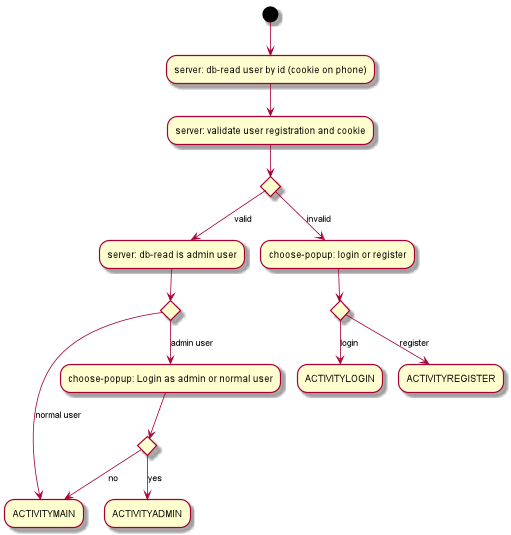
This is docs/architecture/activity_diagrams/ACTIVITYSTARTUP.png from 0K5/campusfinder, a PlantUML export, as it was before one commit. The source it was exported from:
```plantuml
@startuml
(*) --> "server: db-read user by id (cookie on phone)"
--> "server: validate user registration and cookie"
if "" then
    --> [valid] "server: db-read is admin user"
    if "" then
        --> [normal user] "ACTIVITYMAIN"
    else
        --> [admin user] "choose-popup: Login as admin or normal user"
        if "" then
            --> [yes] "ACTIVITYADMIN"
        else
            --> [no] "ACTIVITYMAIN"
        Endif
    Endif
else
    --> [invalid] "choose-popup: login or register"
    If "" then
        --> [login] "ACTIVITYLOGIN"
    else
        --> [register] "ACTIVITYREGISTER"
    Endif
Endif
@enduml
```
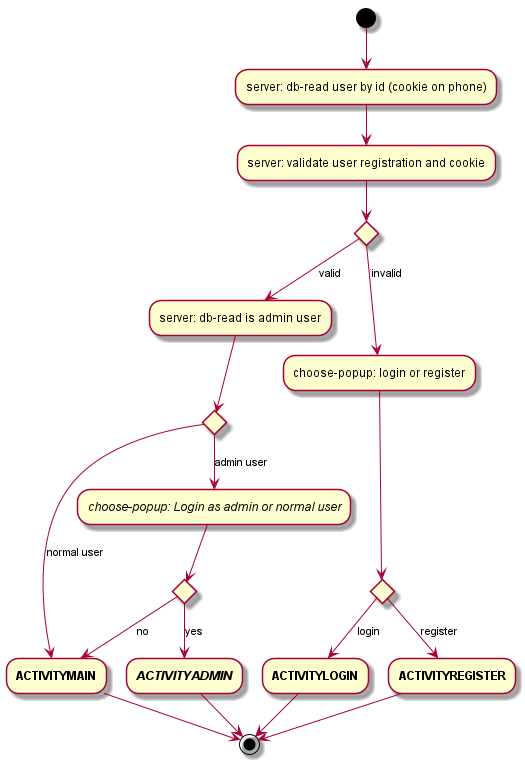
After the change.

Diff of the diagram source:
```diff
@@ -4,21 +4,25 @@
 if "" then
     --> [valid] "server: db-read is admin user"
     if "" then
-        --> [normal user] "ACTIVITYMAIN"
+        --> [normal user] "**ACTIVITYMAIN**"
+        --> (*)
     else
-        --> [admin user] "choose-popup: Login as admin or normal user"
+        --> [admin user] "//choose-popup: Login as admin or normal user//"
         if "" then
-            --> [yes] "ACTIVITYADMIN"
+            --> [yes] "//**ACTIVITYADMIN**//"
+            --> (*)
         else
-            --> [no] "ACTIVITYMAIN"
+            --> [no] "**ACTIVITYMAIN**"
         Endif
     Endif
 else
     --> [invalid] "choose-popup: login or register"
     If "" then
-        --> [login] "ACTIVITYLOGIN"
+        --> [login] "**ACTIVITYLOGIN**"
+        --> (*)
     else
-        --> [register] "ACTIVITYREGISTER"
+        --> [register] "**ACTIVITYREGISTER**"
+        --> (*)
     Endif
 Endif
 @enduml
```
